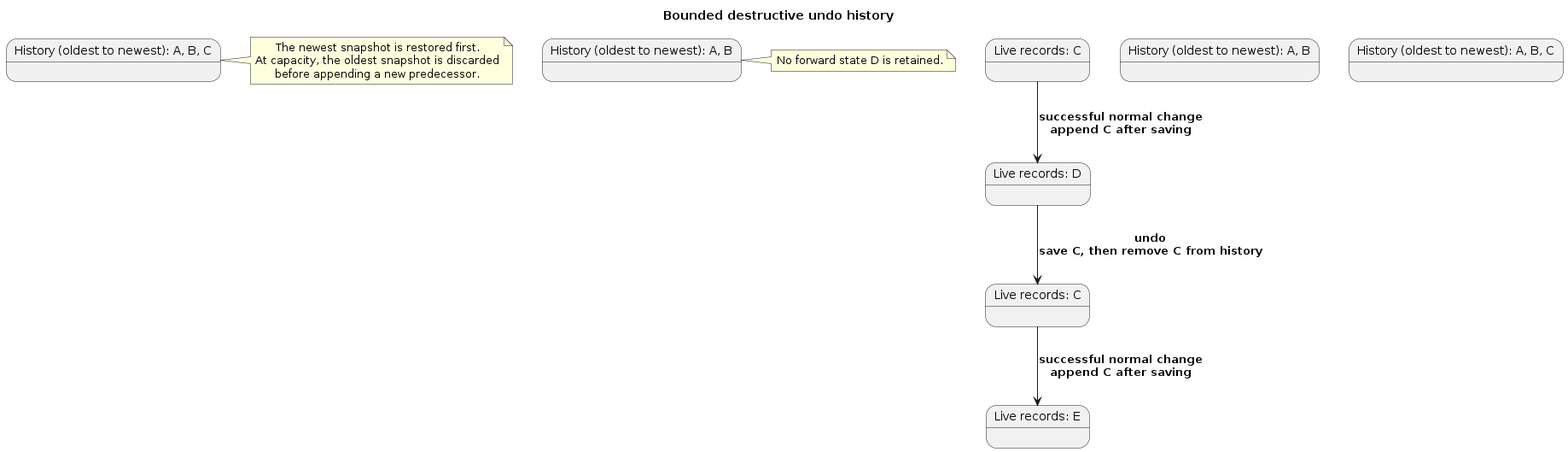
Above: diagrams/UndoHistoryStateDiagram.png in AY2627S1-CS2103T-F12-1/tp (PlantUML), before the change. Its source is kept beside it as diagrams/UndoHistoryStateDiagram.puml. The source it was exported from:
```plantuml
@startuml
!include style.puml
title Bounded destructive undo history

state "Live records: C" as C
state "History (oldest to newest): A, B" as AB
state "Live records: D" as D
state "History (oldest to newest): A, B, C" as ABC
state "Live records: C" as C2
state "History (oldest to newest): A, B" as AB2
state "Live records: E" as E
state "History (oldest to newest): A, B, C" as ABC2

C --> D : successful normal change\nappend C after saving
D --> C2 : undo\nsave C, then remove C from history
C2 --> E : successful normal change\nappend C after saving

note right of ABC
The newest snapshot is restored first.
At capacity, the oldest snapshot is discarded
before appending a new predecessor.
end note

note right of AB2
No forward state D is retained.
end note
@enduml
```
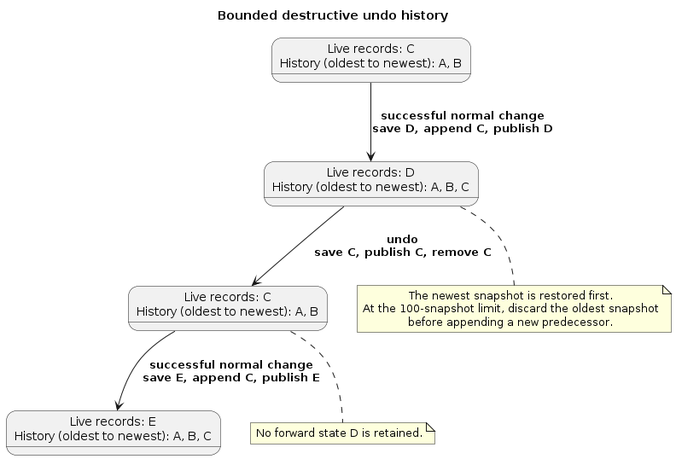
Later version of the same file.

Change to the diagram source:
```diff
@@ -2,26 +2,22 @@
 !include style.puml
 title Bounded destructive undo history
 
-state "Live records: C" as C
-state "History (oldest to newest): A, B" as AB
-state "Live records: D" as D
-state "History (oldest to newest): A, B, C" as ABC
-state "Live records: C" as C2
-state "History (oldest to newest): A, B" as AB2
-state "Live records: E" as E
-state "History (oldest to newest): A, B, C" as ABC2
+state "Live records: C\nHistory (oldest to newest): A, B" as BeforeChange
+state "Live records: D\nHistory (oldest to newest): A, B, C" as AfterChange
+state "Live records: C\nHistory (oldest to newest): A, B" as AfterUndo
+state "Live records: E\nHistory (oldest to newest): A, B, C" as AfterNewChange
 
-C --> D : successful normal change\nappend C after saving
-D --> C2 : undo\nsave C, then remove C from history
-C2 --> E : successful normal change\nappend C after saving
+BeforeChange --> AfterChange : successful normal change\nsave D, append C, publish D
+AfterChange --> AfterUndo : undo\nsave C, publish C, remove C
+AfterUndo --> AfterNewChange : successful normal change\nsave E, append C, publish E
 
-note right of ABC
+note bottom of AfterChange
 The newest snapshot is restored first.
-At capacity, the oldest snapshot is discarded
+At the 100-snapshot limit, discard the oldest snapshot
 before appending a new predecessor.
 end note
 
-note right of AB2
+note bottom of AfterUndo
 No forward state D is retained.
 end note
 @enduml
```
